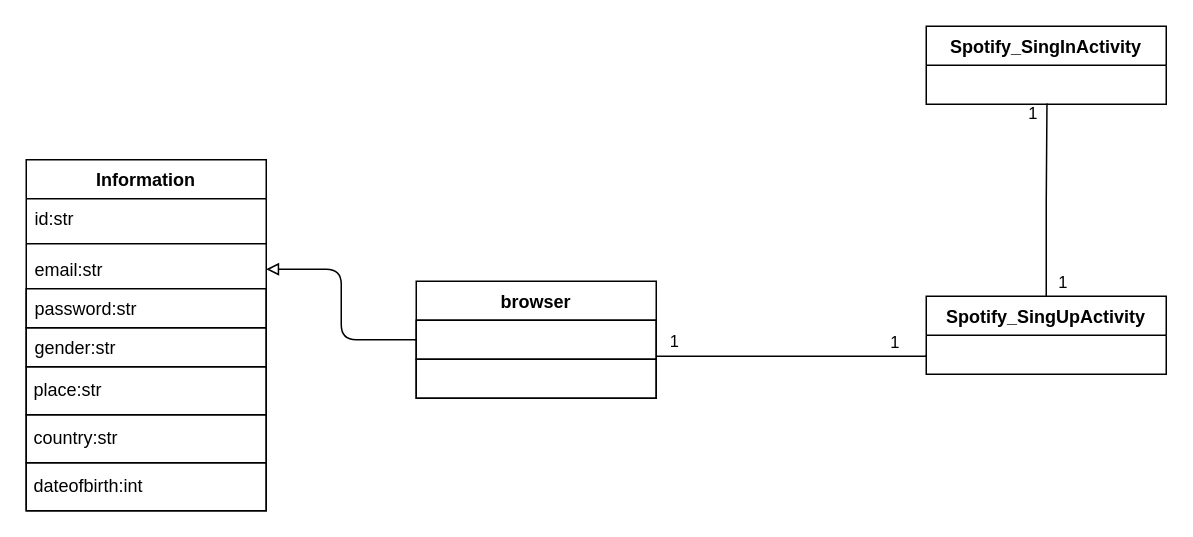
Before: page "註冊作業" (3 of 12) of draw object class.drawio in 35596035/End-of-period-project, a draw.io diagram. Source tidied: cells renumbered, new cells numbered last; positions are measured from the earlier drawing's top-left corner, leaving out a move shared by most shapes. Both pictures are drawn from the tidied source at 150%, with x=0, y=0 at pixel (26, 26).
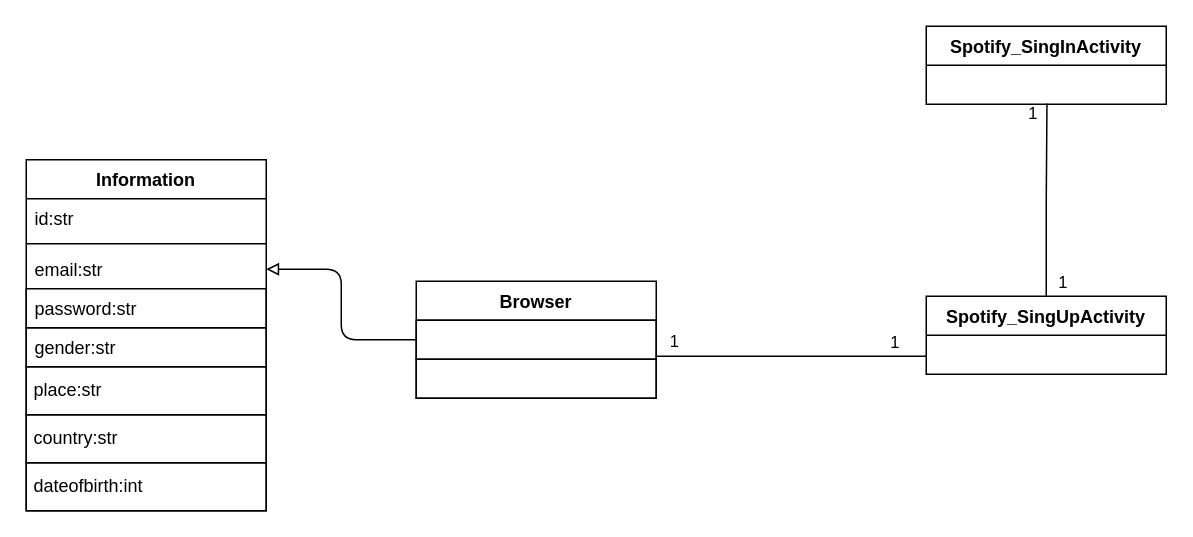
After the change.

Diff of the diagram source:
```diff
@@
-    <mxCell id="2" value="browser" style="swimlane;fontStyle=1;align=center;verticalAlign=top;horizontal=1;startSize=26;" parent="1" vertex="1">
+    <mxCell id="2" value="Browser" style="swimlane;fontStyle=1;align=center;verticalAlign=top;horizontal=1;startSize=26;" parent="1" vertex="1">
       <mxGeometry x="260" y="170" width="160" height="78" as="geometry" />
     </mxCell>
```
